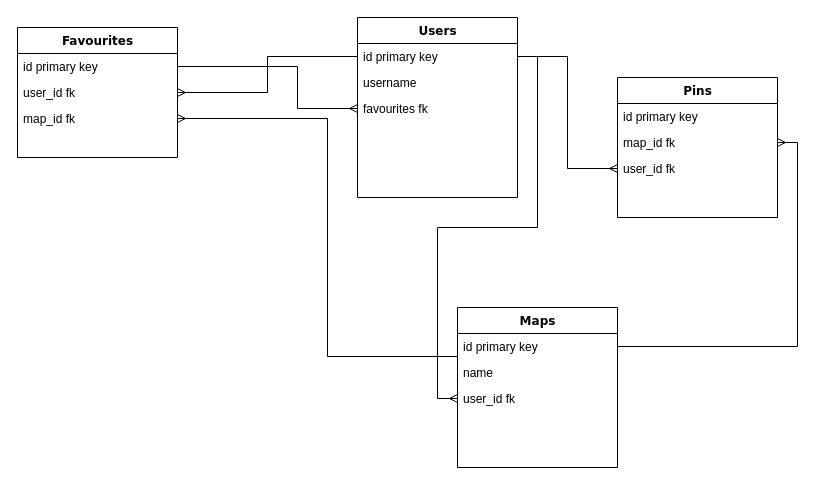
charleenmperrier/bigfoot-wiki-map keeps this draw.io diagram as planning/mid term map.drawio. Above is the earlier version. Source tidied: cells renumbered, new cells numbered last; positions are measured from the earlier drawing's top-left corner, leaving out a move shared by most shapes. Both pictures are drawn from the tidied source at 100%, with x=0, y=0 at pixel (17, 17).
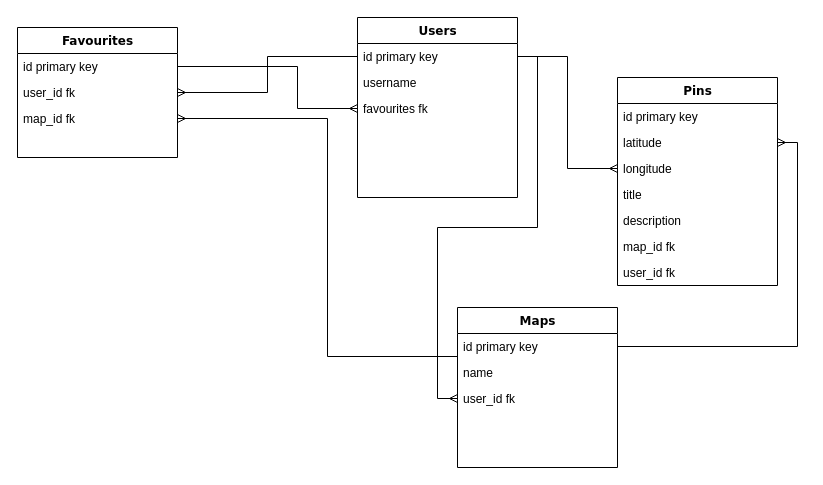
The same diagram, later.

What changed in the source:
```diff
@@
     <mxCell id="6" value="Pins" style="swimlane;html=1;fontStyle=1;align=center;verticalAlign=top;horizontal=1;startSize=26;swimlaneFillColor=#ffffff;rounded=0;shadow=0;comic=0;labelBackgroundColor=none;strokeWidth=1;fillColor=none;fontFamily=Verdana;fontSize=12;" parent="1" vertex="1">
-      <mxGeometry x="600" y="60" width="160" height="140" as="geometry" />
+      <mxGeometry x="600" y="60" width="160" height="208" as="geometry" />
     </mxCell>
@@
-    <mxCell id="8" value="map_id fk" style="text;html=1;strokeColor=none;fillColor=none;align=left;verticalAlign=top;spacingLeft=4;spacingRight=4;whiteSpace=wrap;overflow=hidden;points=[[0,0.5],[1,0.5]];portConstraint=eastwest;" parent="6" vertex="1">
+    <mxCell id="8" value="latitude" style="text;html=1;strokeColor=none;fillColor=none;align=left;verticalAlign=top;spacingLeft=4;spacingRight=4;whiteSpace=wrap;overflow=hidden;points=[[0,0.5],[1,0.5]];portConstraint=eastwest;" parent="6" vertex="1">
       <mxGeometry y="52" width="160" height="26" as="geometry" />
     </mxCell>
-    <mxCell id="9" value="user_id fk" style="text;html=1;strokeColor=none;fillColor=none;align=left;verticalAlign=top;spacingLeft=4;spacingRight=4;whiteSpace=wrap;overflow=hidden;points=[[0,0.5],[1,0.5]];portConstraint=eastwest;" parent="6" vertex="1">
+    <mxCell id="9" value="longitude" style="text;html=1;strokeColor=none;fillColor=none;align=left;verticalAlign=top;spacingLeft=4;spacingRight=4;whiteSpace=wrap;overflow=hidden;points=[[0,0.5],[1,0.5]];portConstraint=eastwest;" parent="6" vertex="1">
       <mxGeometry y="78" width="160" height="26" as="geometry" />
     </mxCell>
+    <mxCell id="24" value="title" style="text;html=1;strokeColor=none;fillColor=none;align=left;verticalAlign=top;spacingLeft=4;spacingRight=4;whiteSpace=wrap;overflow=hidden;" parent="6" vertex="1">
+      <mxGeometry y="104" width="160" height="26" as="geometry" />
+    </mxCell>
+    <mxCell id="25" value="description" style="text;html=1;strokeColor=none;fillColor=none;align=left;verticalAlign=top;spacingLeft=4;spacingRight=4;whiteSpace=wrap;overflow=hidden;" parent="6" vertex="1">
+      <mxGeometry y="130" width="160" height="26" as="geometry" />
+    </mxCell>
+    <mxCell id="26" value="map_id fk" style="text;html=1;strokeColor=none;fillColor=none;align=left;verticalAlign=top;spacingLeft=4;spacingRight=4;whiteSpace=wrap;overflow=hidden;" parent="6" vertex="1">
+      <mxGeometry y="156" width="160" height="26" as="geometry" />
+    </mxCell>
+    <mxCell id="27" value="user_id fk" style="text;html=1;strokeColor=none;fillColor=none;align=left;verticalAlign=top;spacingLeft=4;spacingRight=4;whiteSpace=wrap;overflow=hidden;" parent="6" vertex="1">
+      <mxGeometry y="182" width="160" height="26" as="geometry" />
+    </mxCell>
```
